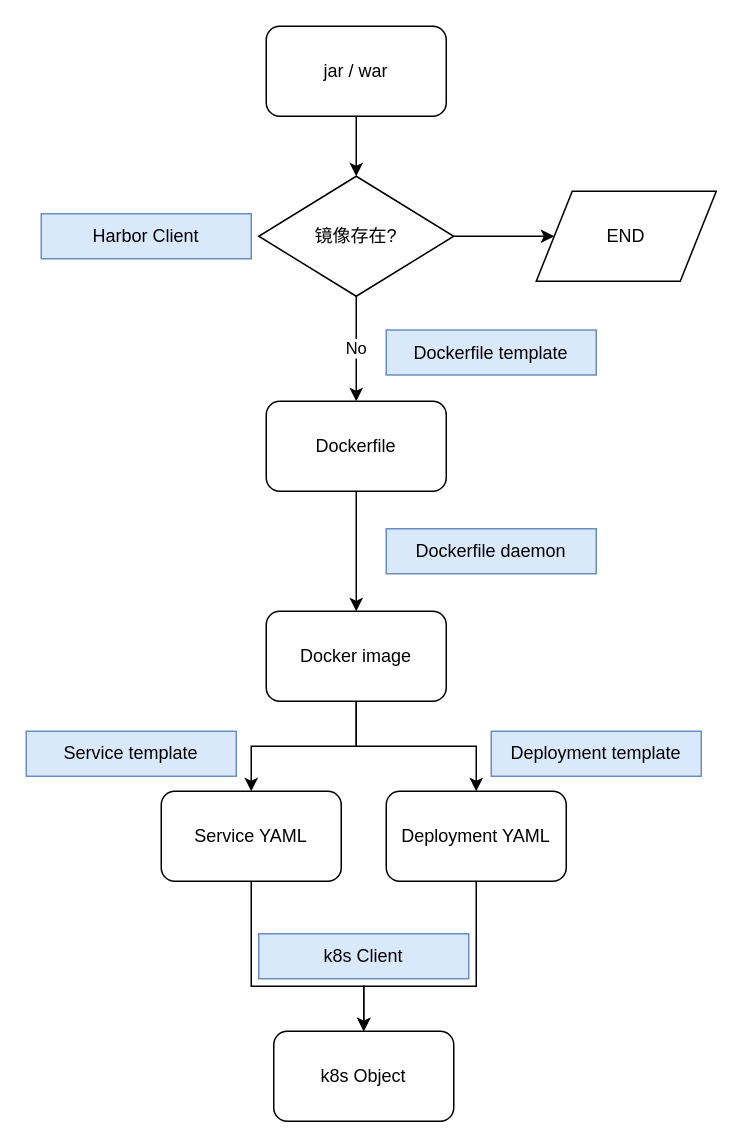
The draw.io diagram 容器发布对象转换图.drawio in MouGG/drawio, before the edit. Source tidied: cells renumbered, new cells numbered last; positions are measured from the earlier drawing's top-left corner, leaving out a move shared by most shapes. Both pictures are drawn from the tidied source at 150%, with x=0, y=0 at pixel (26, 26).
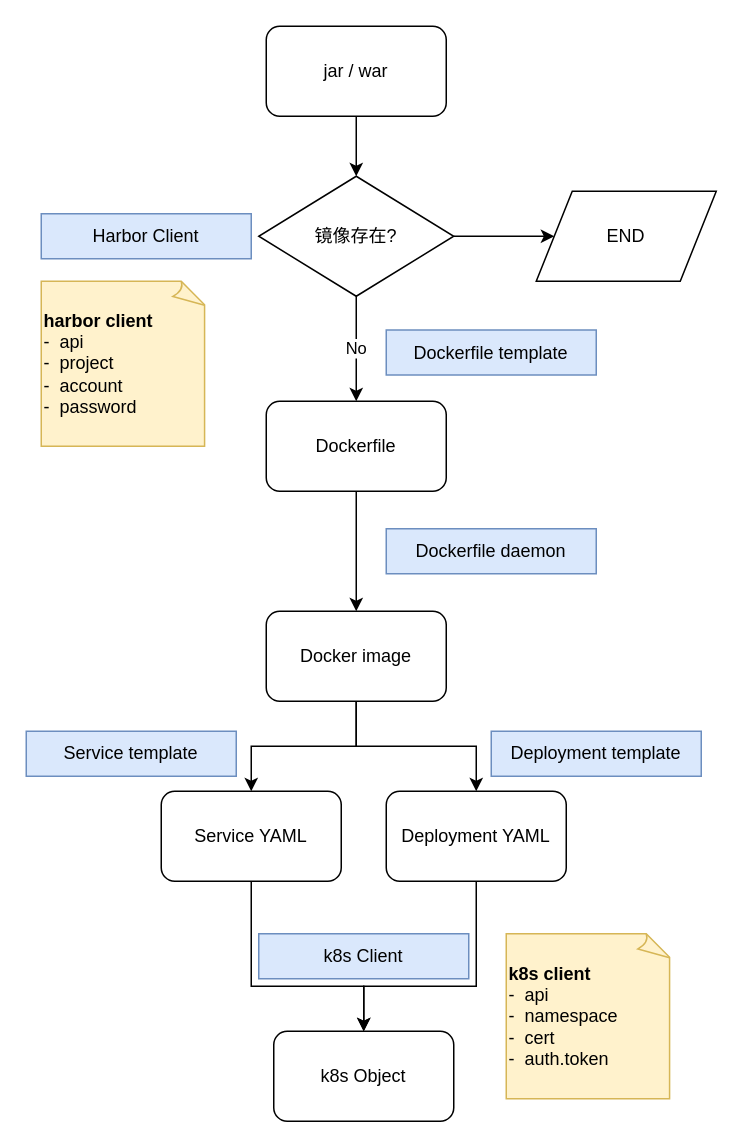
The same page after the edit.

Commit message:
Modified 容器发布对象转换图.drawio

Change to the diagram source:
```diff
@@
+    <mxCell id="24" value="&lt;div align=&quot;left&quot;&gt;&lt;b&gt;harbor client&lt;br&gt;&lt;/b&gt;&lt;/div&gt;&lt;div align=&quot;left&quot;&gt;-&amp;nbsp; api&lt;/div&gt;&lt;div align=&quot;left&quot;&gt;-&amp;nbsp; project&lt;/div&gt;&lt;div align=&quot;left&quot;&gt;-&amp;nbsp; account&lt;/div&gt;&lt;div align=&quot;left&quot;&gt;-&amp;nbsp; password&lt;br&gt;&lt;/div&gt;" style="whiteSpace=wrap;html=1;shape=mxgraph.basic.document;align=left;fillColor=#fff2cc;strokeColor=#d6b656;" parent="1" vertex="1">
+      <mxGeometry x="10" y="170" width="110" height="110" as="geometry" />
+    </mxCell>
+    <mxCell id="25" value="&lt;div align=&quot;left&quot;&gt;&lt;b&gt;k8s client&lt;br&gt;&lt;/b&gt;&lt;/div&gt;&lt;div align=&quot;left&quot;&gt;-&amp;nbsp; api&lt;/div&gt;&lt;div align=&quot;left&quot;&gt;-&amp;nbsp; namespace&lt;/div&gt;&lt;div align=&quot;left&quot;&gt;-&amp;nbsp; cert&lt;br&gt;&lt;/div&gt;&lt;div align=&quot;left&quot;&gt;-&amp;nbsp; auth.token&lt;br&gt;&lt;/div&gt;" style="whiteSpace=wrap;html=1;shape=mxgraph.basic.document;align=left;fillColor=#fff2cc;strokeColor=#d6b656;" parent="1" vertex="1">
+      <mxGeometry x="320" y="605" width="110" height="110" as="geometry" />
+    </mxCell>
```
